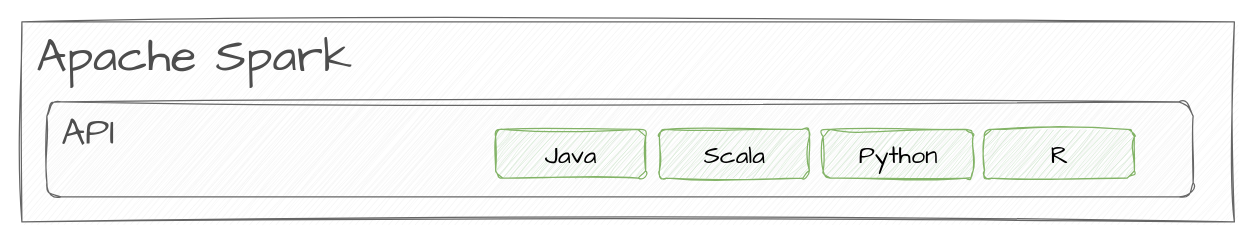
The draw.io diagram page "spark-components-01" (3 of 8) of content/en/knowledgebase/bigdata/spark/spark.drawio in mauvaisetroupe/architech, before the edit. Source tidied: cells renumbered, new cells numbered last; positions are measured from the earlier drawing's top-left corner, leaving out a move shared by most shapes. Both pictures are drawn from the tidied source at 125%, with x=0, y=0 at pixel (21, 21).
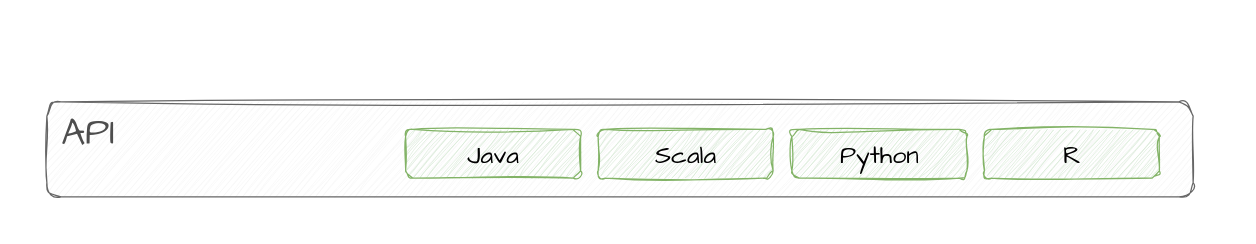
Above is the later version.

Commit message (it also covers changes not shown here):
spark hands-on

Change to the diagram source:
```diff
@@
 <mxGraphModel>
   <root>
     <mxCell id="0" />
     <mxCell id="1" parent="0" />
-    <mxCell id="2" value="Apache Spark" style="rounded=0;whiteSpace=wrap;html=1;hachureGap=4;fontFamily=Architects Daughter;fontSize=38;align=left;spacingLeft=10;verticalAlign=top;fillColor=#f5f5f5;fontColor=#4D4D4D;strokeColor=#666666;fontStyle=0;sketch=1;curveFitting=1;jiggle=2;" parent="1" vertex="1">
-      <mxGeometry width="970" height="160" as="geometry" />
-    </mxCell>
     <mxCell id="3" value="API" style="rounded=1;whiteSpace=wrap;html=1;hachureGap=4;fontFamily=Architects Daughter;fontSize=30;align=left;spacingLeft=10;sketch=1;curveFitting=1;jiggle=2;fillColor=#f5f5f5;strokeColor=#666666;verticalAlign=top;fontColor=#4D4D4D;fontStyle=0;" parent="1" vertex="1">
       <mxGeometry x="20" y="64" width="917" height="76" as="geometry" />
     </mxCell>
     <mxCell id="4" value="Java" style="rounded=1;html=1;sketch=1;hachureGap=4;jiggle=2;curveFitting=1;fontFamily=Architects Daughter;fontSize=20;fillColor=#d5e8d4;strokeColor=#82b366;" parent="1" vertex="1">
-      <mxGeometry x="379" y="86" width="120" height="39" as="geometry" />
+      <mxGeometry x="307" y="86" width="140" height="39" as="geometry" />
     </mxCell>
     <mxCell id="5" value="Scala" style="rounded=1;html=1;sketch=1;hachureGap=4;jiggle=2;curveFitting=1;fontFamily=Architects Daughter;fontSize=20;fillColor=#d5e8d4;strokeColor=#82b366;" parent="1" vertex="1">
-      <mxGeometry x="510" y="86" width="120" height="39" as="geometry" />
+      <mxGeometry x="461" y="86" width="140" height="39" as="geometry" />
     </mxCell>
     <mxCell id="6" value="Python" style="rounded=1;html=1;sketch=1;hachureGap=4;jiggle=2;curveFitting=1;fontFamily=Architects Daughter;fontSize=20;fillColor=#d5e8d4;strokeColor=#82b366;" parent="1" vertex="1">
-      <mxGeometry x="641" y="86" width="120" height="39" as="geometry" />
+      <mxGeometry x="616" y="86" width="140" height="39" as="geometry" />
     </mxCell>
     <mxCell id="7" value="R" style="rounded=1;html=1;sketch=1;hachureGap=4;jiggle=2;curveFitting=1;fontFamily=Architects Daughter;fontSize=20;fillColor=#d5e8d4;strokeColor=#82b366;" parent="1" vertex="1">
-      <mxGeometry x="770" y="86" width="120" height="39" as="geometry" />
+      <mxGeometry x="770" y="86" width="140" height="39" as="geometry" />
     </mxCell>
   </root>
 </mxGraphModel>
```
